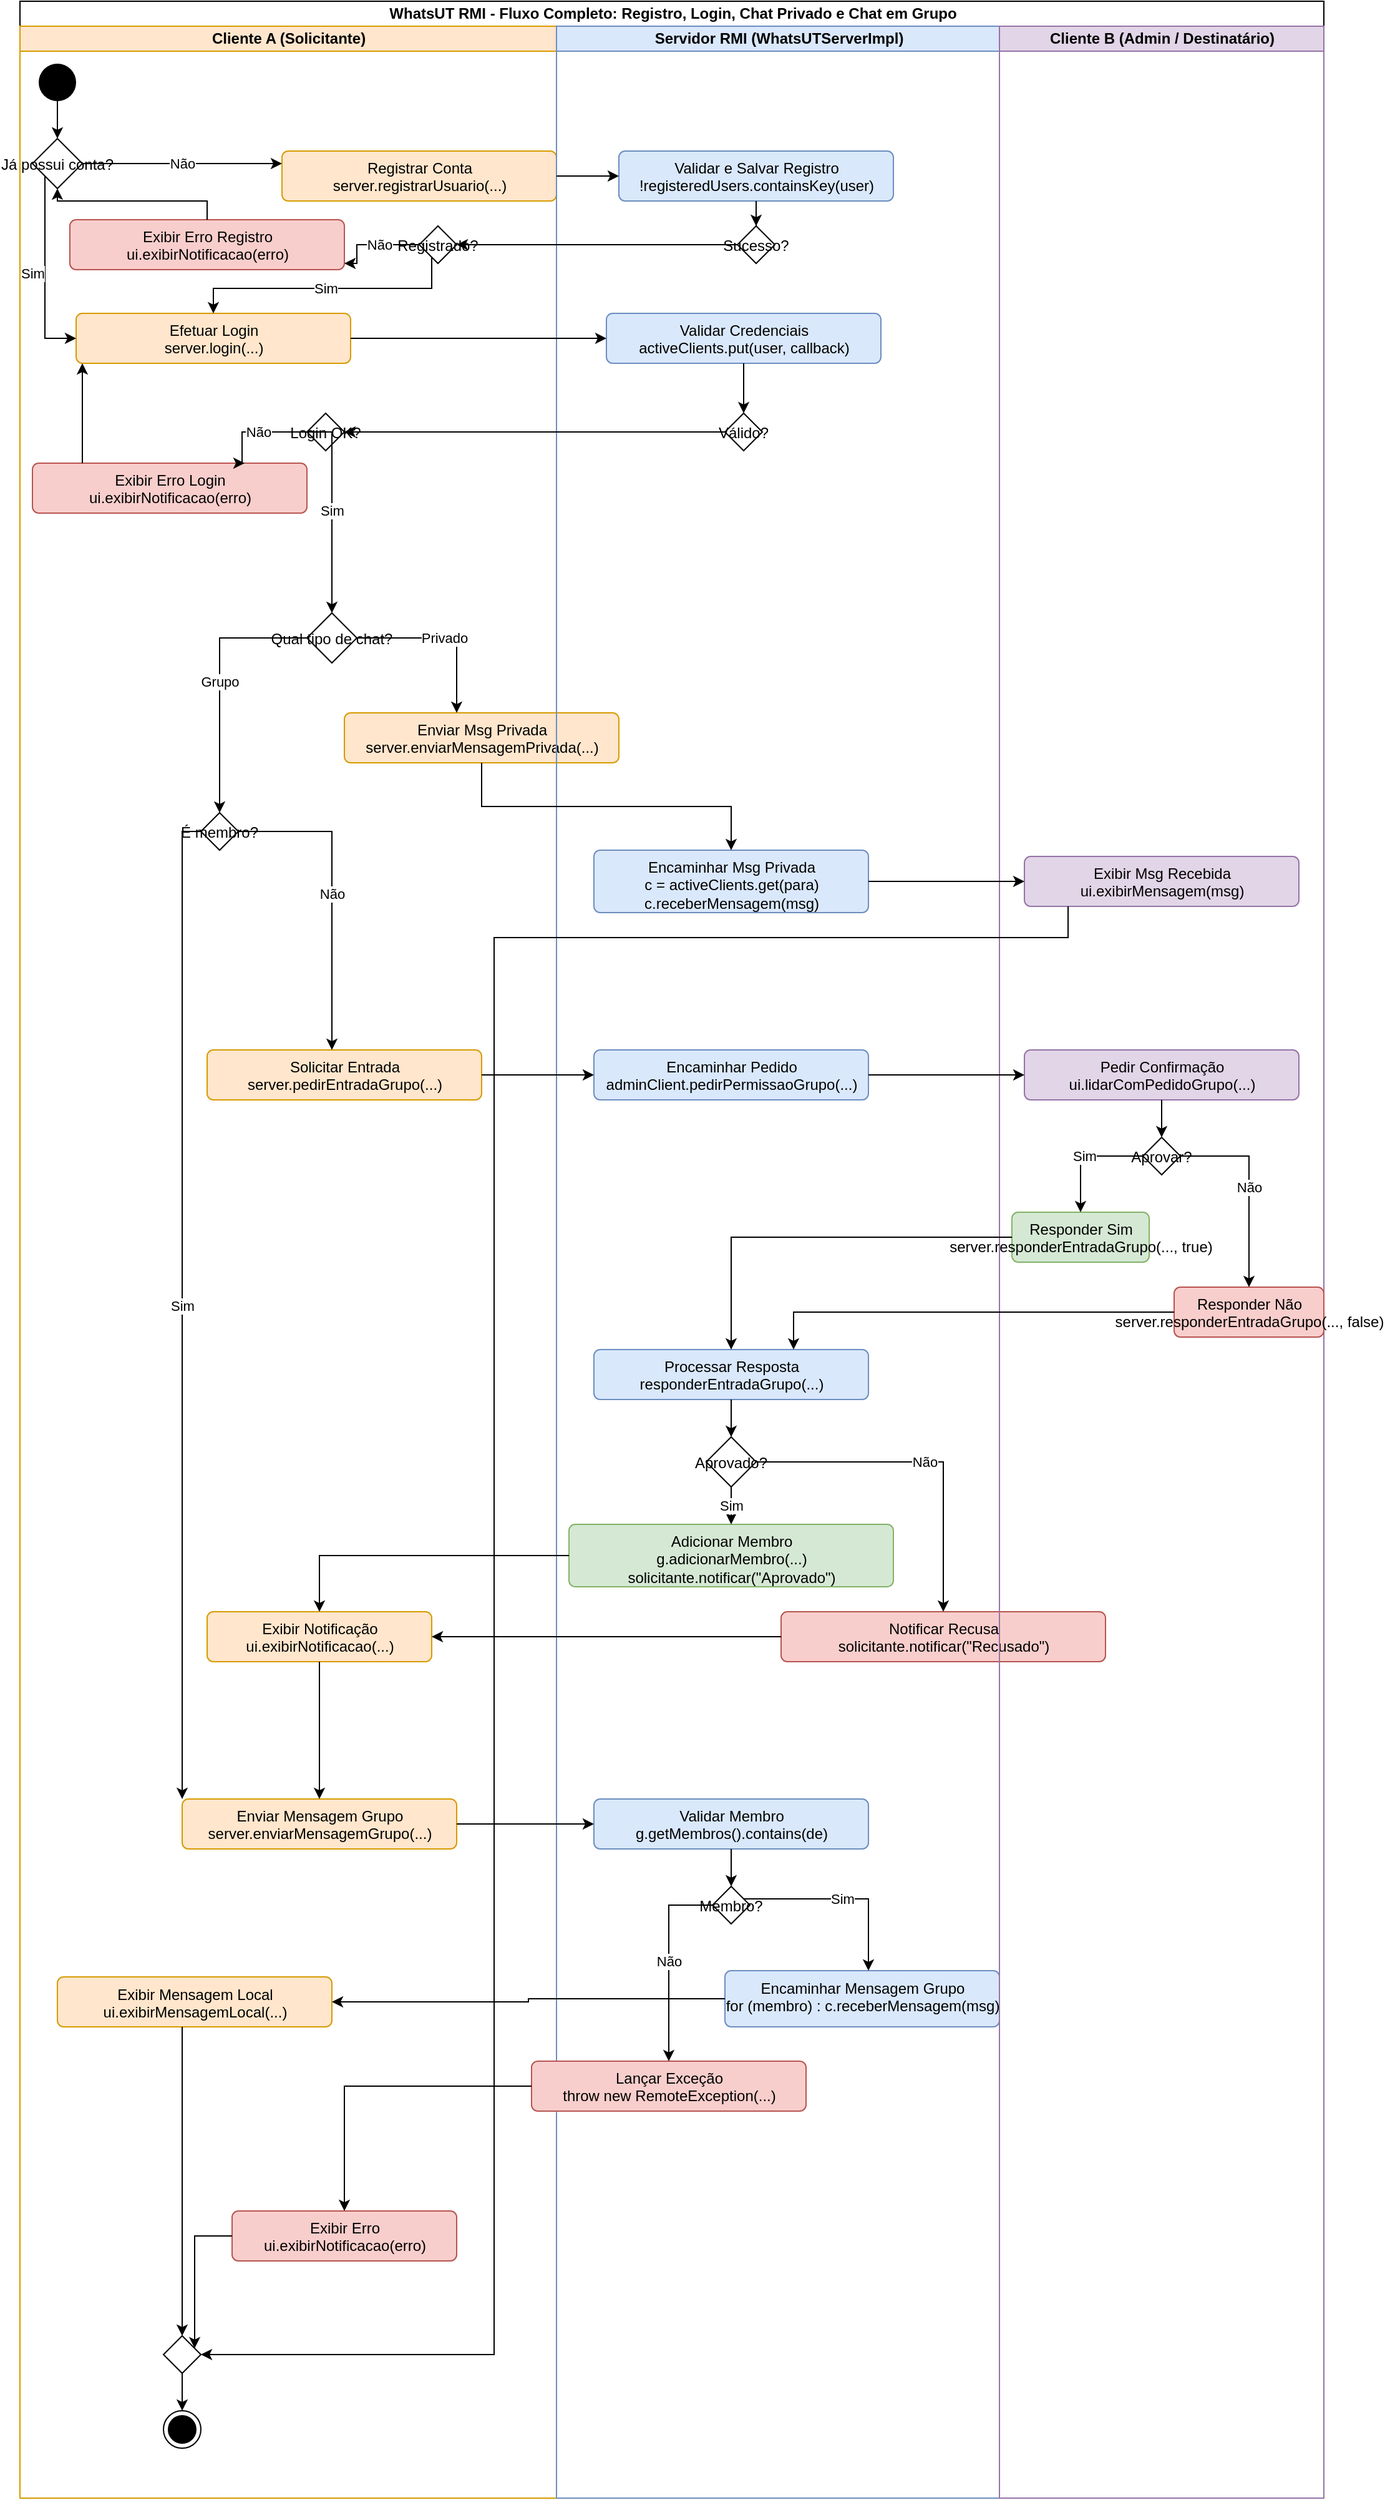
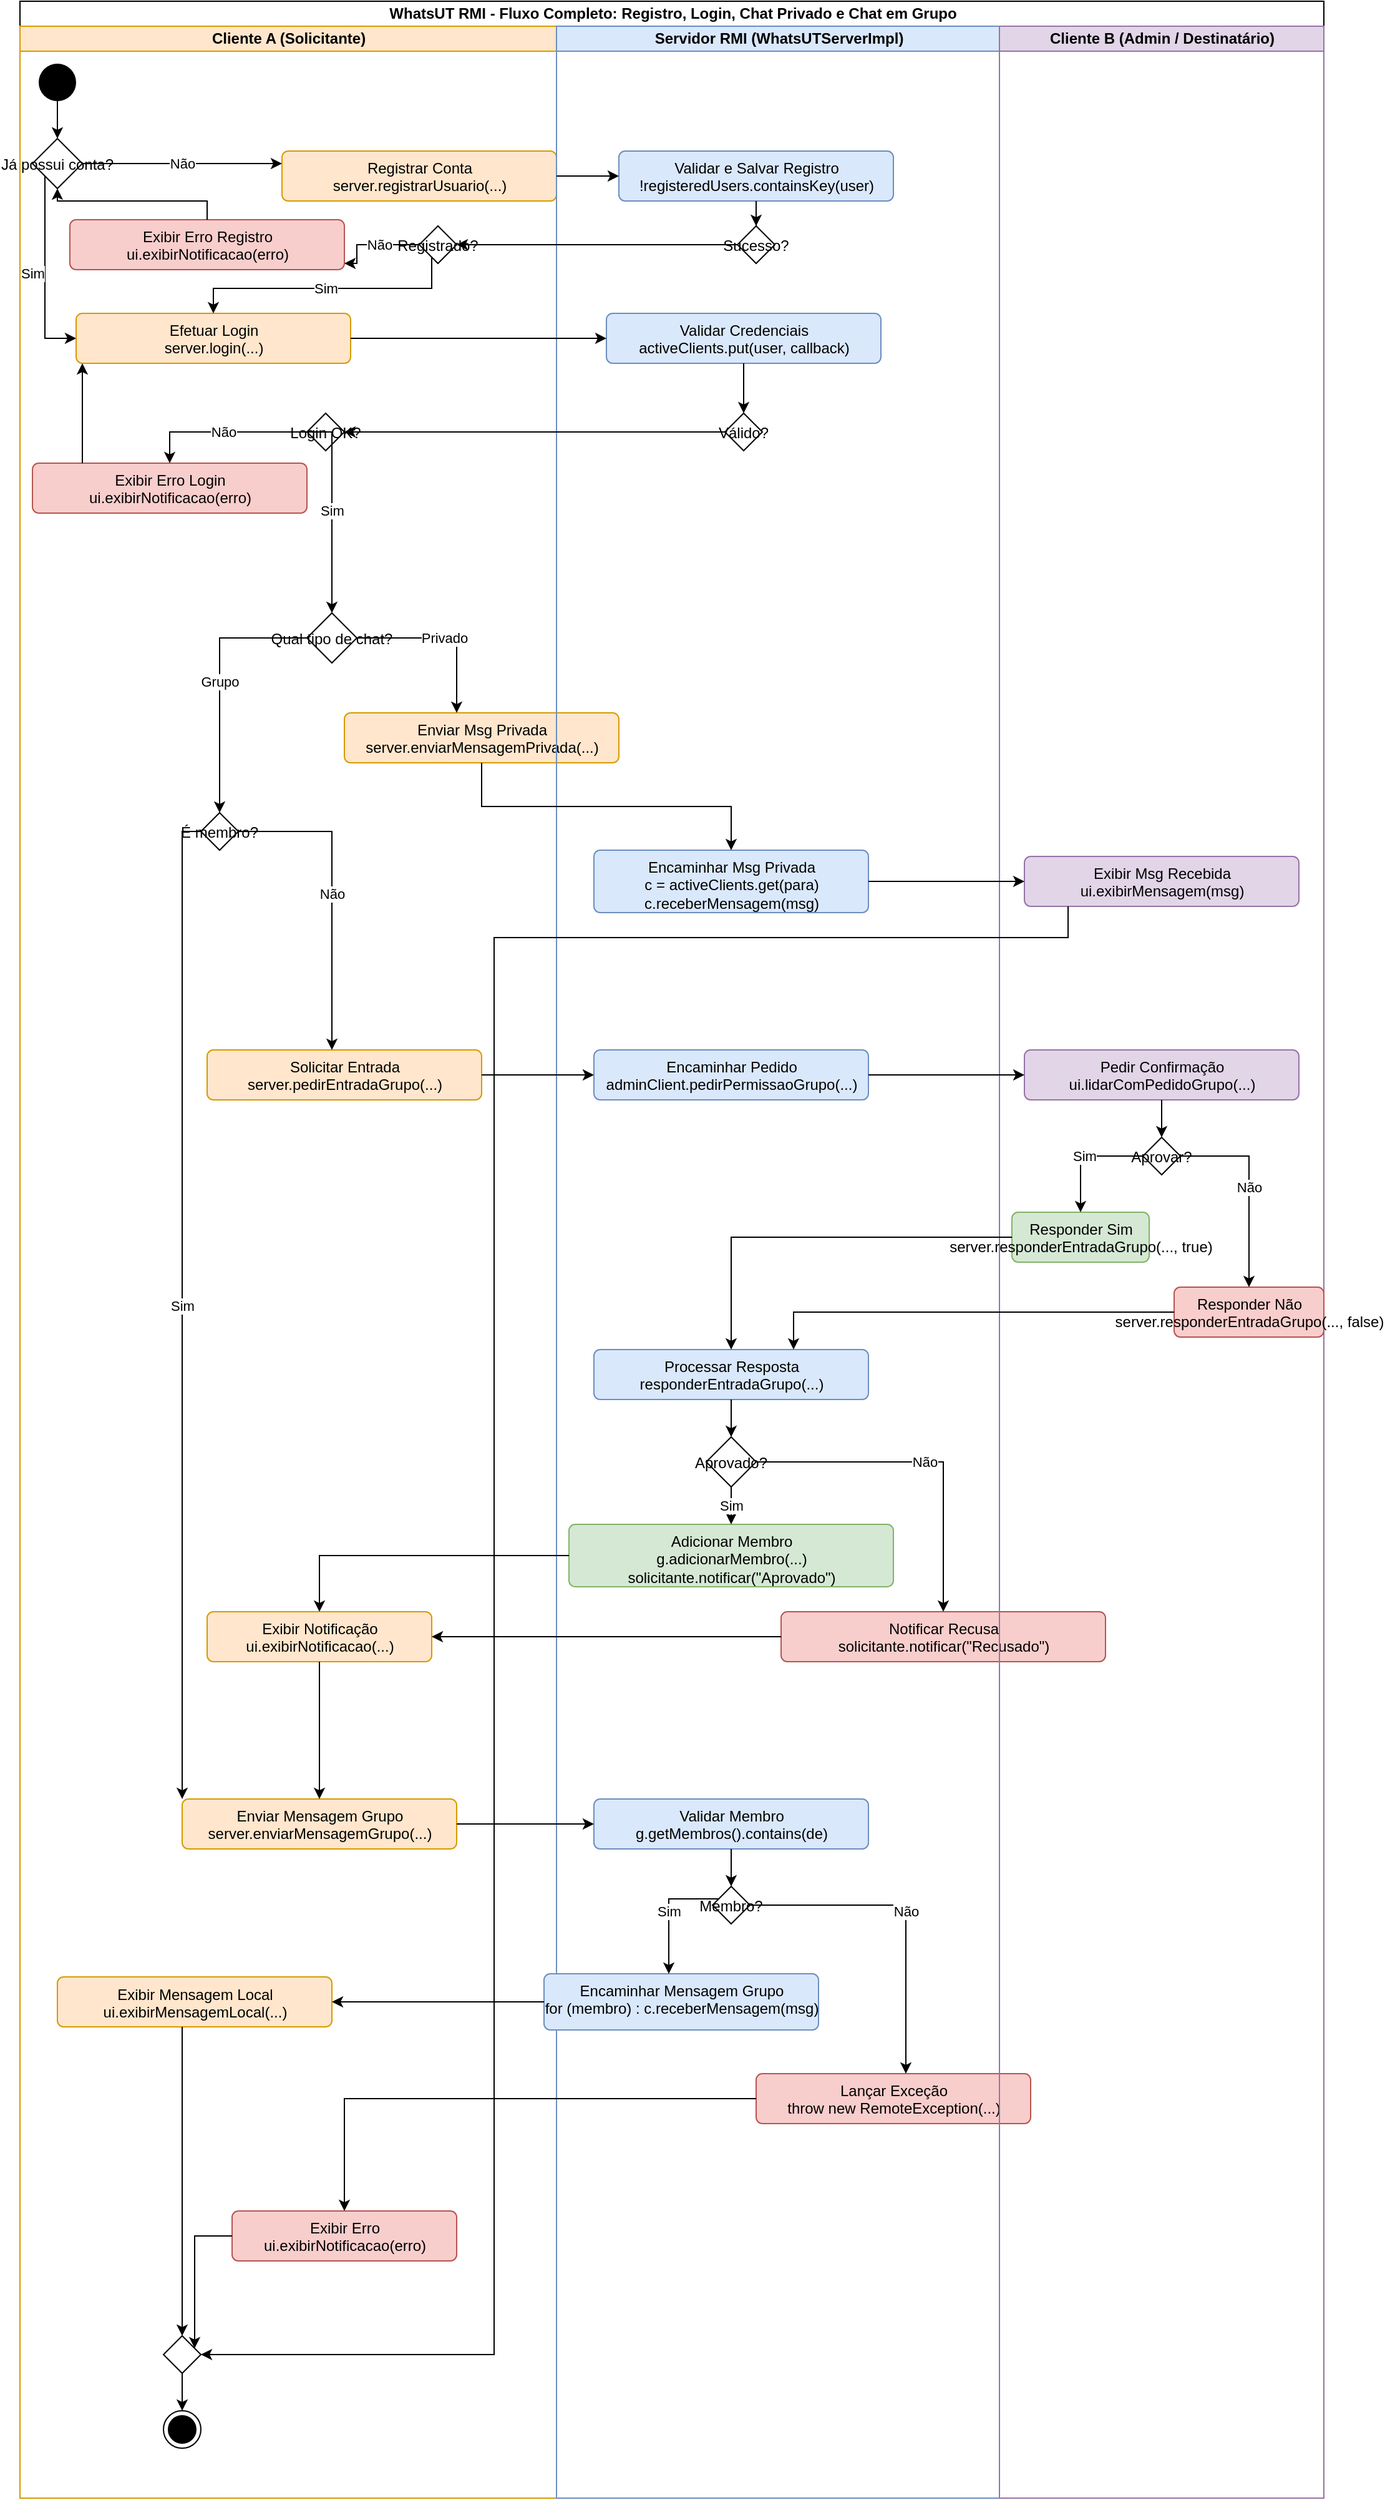
<mxfile host="65bd71144e" pages="1">
    <diagram id="whatsut_activity" name="Activity Diagram">
        <mxGraphModel dx="949" dy="611" grid="1" gridSize="10" guides="1" tooltips="1" connect="1" arrows="1" fold="1" page="1" pageScale="1" pageWidth="900" pageHeight="2050" math="0" shadow="0">
            <root>
                <mxCell id="0"/>
                <mxCell id="1" parent="0"/>
                <mxCell id="swimlanes" value="WhatsUT RMI - Fluxo Completo: Registro, Login, Chat Privado e Chat em Grupo" style="swimlane;childLayout=stackLayout;resizeParent=1;resizeParentMax=0;startSize=20;html=1;horizontalStack=1;" parent="1" vertex="1">
                    <mxGeometry x="30" y="40" width="1045" height="2000" as="geometry"/>
                </mxCell>
                <mxCell id="lane_clientA" value="Cliente A (Solicitante)" style="swimlane;startSize=20;html=1;fillColor=#ffe6cc;strokeColor=#d79b00;" parent="swimlanes" vertex="1">
                    <mxGeometry y="20" width="430" height="1980" as="geometry"/>
                </mxCell>
                <mxCell id="actA_start" value="Start" style="ellipse;fillColor=#000000;strokeColor=none;" parent="lane_clientA" vertex="1">
                    <mxGeometry x="15" y="30" width="30" height="30" as="geometry"/>
                </mxCell>
                <mxCell id="decA_hasAccount" value="Já possui conta?" style="rhombus;" parent="lane_clientA" vertex="1">
                    <mxGeometry x="10" y="90" width="40" height="40" as="geometry"/>
                </mxCell>
                <mxCell id="actA_register" value="Registrar Conta&#xa;server.registrarUsuario(...)" style="html=1;align=center;verticalAlign=top;rounded=1;absoluteArcSize=1;arcSize=10;fillColor=#ffe6cc;strokeColor=#d79b00;" parent="lane_clientA" vertex="1">
                    <mxGeometry x="210" y="100" width="220" height="40" as="geometry"/>
                </mxCell>
                <mxCell id="decA_regOk" value="Registrado?" style="rhombus;" parent="lane_clientA" vertex="1">
                    <mxGeometry x="320" y="160" width="30" height="30" as="geometry"/>
                </mxCell>
                <mxCell id="actA_login" value="Efetuar Login&#xa;server.login(...)" style="html=1;align=center;verticalAlign=top;rounded=1;absoluteArcSize=1;arcSize=10;fillColor=#ffe6cc;strokeColor=#d79b00;" parent="lane_clientA" vertex="1">
                    <mxGeometry x="45" y="230" width="220" height="40" as="geometry"/>
                </mxCell>
                <mxCell id="decA_loginOk" value="Login OK?" style="rhombus;" parent="lane_clientA" vertex="1">
                    <mxGeometry x="230" y="310" width="30" height="30" as="geometry"/>
                </mxCell>
                <mxCell id="decA_action" value="Qual tipo de chat?" style="rhombus;" parent="lane_clientA" vertex="1">
                    <mxGeometry x="230" y="470" width="40" height="40" as="geometry"/>
                </mxCell>
                <mxCell id="actA_privMsg" value="Enviar Msg Privada&#xa;server.enviarMensagemPrivada(...)" style="html=1;align=center;verticalAlign=top;rounded=1;absoluteArcSize=1;arcSize=10;fillColor=#ffe6cc;strokeColor=#d79b00;" parent="lane_clientA" vertex="1">
                    <mxGeometry x="260" y="550" width="220" height="40" as="geometry"/>
                </mxCell>
                <mxCell id="decA_isGrpMember" value="É membro?" style="rhombus;" parent="lane_clientA" vertex="1">
                    <mxGeometry x="145" y="630" width="30" height="30" as="geometry"/>
                </mxCell>
                <mxCell id="actA_req" value="Solicitar Entrada&#xa;server.pedirEntradaGrupo(...)" style="html=1;align=center;verticalAlign=top;rounded=1;absoluteArcSize=1;arcSize=10;fillColor=#ffe6cc;strokeColor=#d79b00;" parent="lane_clientA" vertex="1">
                    <mxGeometry x="150" y="820" width="220" height="40" as="geometry"/>
                </mxCell>
                <mxCell id="actA_notify" value="Exibir Notificação&#xa;ui.exibirNotificacao(...)" style="html=1;align=center;verticalAlign=top;rounded=1;absoluteArcSize=1;arcSize=10;fillColor=#ffe6cc;strokeColor=#d79b00;" parent="lane_clientA" vertex="1">
                    <mxGeometry x="150" y="1270" width="180" height="40" as="geometry"/>
                </mxCell>
                <mxCell id="actA_msg" value="Enviar Mensagem Grupo&#xa;server.enviarMensagemGrupo(...)" style="html=1;align=center;verticalAlign=top;rounded=1;absoluteArcSize=1;arcSize=10;fillColor=#ffe6cc;strokeColor=#d79b00;" parent="lane_clientA" vertex="1">
                    <mxGeometry x="130" y="1420" width="220" height="40" as="geometry"/>
                </mxCell>
                <mxCell id="actA_success" value="Exibir Mensagem Local&#xa;ui.exibirMensagemLocal(...)" style="html=1;align=center;verticalAlign=top;rounded=1;absoluteArcSize=1;arcSize=10;fillColor=#ffe6cc;strokeColor=#d79b00;" parent="lane_clientA" vertex="1">
                    <mxGeometry x="30" y="1562.5" width="220" height="40" as="geometry"/>
                </mxCell>
                <mxCell id="actA_error" value="Exibir Erro&#xa;ui.exibirNotificacao(erro)" style="html=1;align=center;verticalAlign=top;rounded=1;absoluteArcSize=1;arcSize=10;fillColor=#f8cecc;strokeColor=#b85450;" parent="lane_clientA" vertex="1">
                    <mxGeometry x="170" y="1750" width="180" height="40" as="geometry"/>
                </mxCell>
                <mxCell id="mergeA_end" value="" style="rhombus;" parent="lane_clientA" vertex="1">
                    <mxGeometry x="115" y="1850" width="30" height="30" as="geometry"/>
                </mxCell>
                <mxCell id="actA_end" value="End" style="ellipse;html=1;shape=endState;fillColor=#000000;strokeColor=#000000;" parent="lane_clientA" vertex="1">
                    <mxGeometry x="115" y="1910" width="30" height="30" as="geometry"/>
                </mxCell>
                <mxCell id="actA_regFail" value="Exibir Erro Registro&#xa;ui.exibirNotificacao(erro)" style="html=1;align=center;verticalAlign=top;rounded=1;absoluteArcSize=1;arcSize=10;fillColor=#f8cecc;strokeColor=#b85450;" parent="lane_clientA" vertex="1">
                    <mxGeometry x="40" y="155" width="220" height="40" as="geometry"/>
                </mxCell>
                <mxCell id="e_decRegOk_no" value="Não" style="edgeStyle=orthogonalEdgeStyle;rounded=0;orthogonalLoop=1;jettySize=auto;html=1;" parent="lane_clientA" source="decA_regOk" target="actA_regFail" edge="1">
                    <mxGeometry x="-0.1426" relative="1" as="geometry">
                        <Array as="points">
                            <mxPoint x="270" y="175"/>
                            <mxPoint x="270" y="190"/>
                        </Array>
                        <mxPoint as="offset"/>
                    </mxGeometry>
                </mxCell>
                <mxCell id="e_regFail_to_hasAccount" style="edgeStyle=orthogonalEdgeStyle;rounded=0;orthogonalLoop=1;jettySize=auto;html=1;" parent="lane_clientA" source="actA_regFail" target="decA_hasAccount" edge="1">
                    <mxGeometry relative="1" as="geometry">
                        <Array as="points">
                            <mxPoint x="150" y="140"/>
                        </Array>
                    </mxGeometry>
                </mxCell>
                <mxCell id="actA_loginFail" value="Exibir Erro Login&#xa;ui.exibirNotificacao(erro)" style="html=1;align=center;verticalAlign=top;rounded=1;absoluteArcSize=1;arcSize=10;fillColor=#f8cecc;strokeColor=#b85450;" parent="lane_clientA" vertex="1">
                    <mxGeometry x="10" y="350" width="220" height="40" as="geometry"/>
                </mxCell>
                <mxCell id="e_decLoginOk_no" value="Não" style="edgeStyle=orthogonalEdgeStyle;rounded=0;orthogonalLoop=1;jettySize=auto;html=1;" parent="lane_clientA" source="decA_loginOk" edge="1">
                    <mxGeometry relative="1" as="geometry">
-                         <mxPoint x="180" y="350" as="targetPoint"/>
-                         <Array as="points">
-                             <mxPoint x="178" y="325"/>
+                         <mxPoint x="120" y="350" as="targetPoint"/>
+                         <Array as="points">
+                             <mxPoint x="120" y="325"/>
+                             <mxPoint x="120" y="350"/>
                        </Array>
                    </mxGeometry>
                </mxCell>
                <mxCell id="e_loginFail_to_login" style="edgeStyle=orthogonalEdgeStyle;rounded=0;orthogonalLoop=1;jettySize=auto;html=1;" parent="lane_clientA" source="actA_loginFail" target="actA_login" edge="1">
                    <mxGeometry relative="1" as="geometry">
                        <Array as="points">
                            <mxPoint x="50" y="330"/>
                            <mxPoint x="50" y="330"/>
                        </Array>
                    </mxGeometry>
                </mxCell>
                <mxCell id="e_decLoginOk_yes" value="Sim" style="edgeStyle=orthogonalEdgeStyle;rounded=0;orthogonalLoop=1;jettySize=auto;html=1;exitX=0;exitY=0.5;exitDx=0;exitDy=0;entryX=0.5;entryY=0;entryDx=0;entryDy=0;" parent="lane_clientA" source="decA_loginOk" target="decA_action" edge="1">
                    <mxGeometry relative="1" as="geometry">
                        <mxPoint x="240" y="364.97" as="sourcePoint"/>
                        <mxPoint x="140.030303030303" y="620.000303030303" as="targetPoint"/>
                        <Array as="points">
                            <mxPoint x="250" y="325"/>
                        </Array>
                    </mxGeometry>
                </mxCell>
                <mxCell id="lane_server" value="Servidor RMI (WhatsUTServerImpl)" style="swimlane;startSize=20;html=1;fillColor=#dae8fc;strokeColor=#6c8ebf;" parent="swimlanes" vertex="1">
                    <mxGeometry x="430" y="20" width="355" height="1980" as="geometry"/>
                </mxCell>
                <mxCell id="actS_register" value="Validar e Salvar Registro&#xa;!registeredUsers.containsKey(user)" style="html=1;align=center;verticalAlign=top;rounded=1;absoluteArcSize=1;arcSize=10;fillColor=#dae8fc;strokeColor=#6c8ebf;" parent="lane_server" vertex="1">
                    <mxGeometry x="50" y="100" width="220" height="40" as="geometry"/>
                </mxCell>
                <mxCell id="decS_regOk" value="Sucesso?" style="rhombus;" parent="lane_server" vertex="1">
                    <mxGeometry x="145" y="160" width="30" height="30" as="geometry"/>
                </mxCell>
                <mxCell id="actS_login" value="Validar Credenciais&#xa;activeClients.put(user, callback)" style="html=1;align=center;verticalAlign=top;rounded=1;absoluteArcSize=1;arcSize=10;fillColor=#dae8fc;strokeColor=#6c8ebf;" parent="lane_server" vertex="1">
                    <mxGeometry x="40" y="230" width="220" height="40" as="geometry"/>
                </mxCell>
                <mxCell id="decS_loginOk" value="Válido?" style="rhombus;" parent="lane_server" vertex="1">
                    <mxGeometry x="135" y="310" width="30" height="30" as="geometry"/>
                </mxCell>
                <mxCell id="actS_forwardPriv" value="Encaminhar Msg Privada&#xa;c = activeClients.get(para)&#xa;c.receberMensagem(msg)" style="html=1;align=center;verticalAlign=top;rounded=1;absoluteArcSize=1;arcSize=10;fillColor=#dae8fc;strokeColor=#6c8ebf;" parent="lane_server" vertex="1">
                    <mxGeometry x="30" y="660" width="220" height="50" as="geometry"/>
                </mxCell>
                <mxCell id="actS_req" value="Encaminhar Pedido&#xa;adminClient.pedirPermissaoGrupo(...)" style="html=1;align=center;verticalAlign=top;rounded=1;absoluteArcSize=1;arcSize=10;fillColor=#dae8fc;strokeColor=#6c8ebf;" parent="lane_server" vertex="1">
                    <mxGeometry x="30" y="820" width="220" height="40" as="geometry"/>
                </mxCell>
                <mxCell id="actS_resp" value="Processar Resposta&#xa;responderEntradaGrupo(...)" style="html=1;align=center;verticalAlign=top;rounded=1;absoluteArcSize=1;arcSize=10;fillColor=#dae8fc;strokeColor=#6c8ebf;" parent="lane_server" vertex="1">
                    <mxGeometry x="30" y="1060" width="220" height="40" as="geometry"/>
                </mxCell>
                <mxCell id="decS_approved" value="Aprovado?" style="rhombus;" parent="lane_server" vertex="1">
                    <mxGeometry x="120" y="1130" width="40" height="40" as="geometry"/>
                </mxCell>
                <mxCell id="actS_add" value="Adicionar Membro&#xa;g.adicionarMembro(...)&#xa;solicitante.notificar(&quot;Aprovado&quot;)" style="html=1;align=center;verticalAlign=top;rounded=1;absoluteArcSize=1;arcSize=10;fillColor=#d5e8d4;strokeColor=#82b366;" parent="lane_server" vertex="1">
                    <mxGeometry x="10" y="1200" width="260" height="50" as="geometry"/>
                </mxCell>
                <mxCell id="actS_reject" value="Notificar Recusa&#xa;solicitante.notificar(&quot;Recusado&quot;)" style="html=1;align=center;verticalAlign=top;rounded=1;absoluteArcSize=1;arcSize=10;fillColor=#f8cecc;strokeColor=#b85450;" parent="lane_server" vertex="1">
                    <mxGeometry x="180" y="1270" width="260" height="40" as="geometry"/>
                </mxCell>
                <mxCell id="actS_validate" value="Validar Membro&#xa;g.getMembros().contains(de)" style="html=1;align=center;verticalAlign=top;rounded=1;absoluteArcSize=1;arcSize=10;fillColor=#dae8fc;strokeColor=#6c8ebf;" parent="lane_server" vertex="1">
                    <mxGeometry x="30" y="1420" width="220" height="40" as="geometry"/>
                </mxCell>
                <mxCell id="decS_isMember" value="Membro?" style="rhombus;" parent="lane_server" vertex="1">
                    <mxGeometry x="125" y="1490" width="30" height="30" as="geometry"/>
                </mxCell>
                <mxCell id="actS_exception" value="Lançar Exceção&#xa;throw new RemoteException(...)" style="html=1;align=center;verticalAlign=top;rounded=1;absoluteArcSize=1;arcSize=10;fillColor=#f8cecc;strokeColor=#b85450;" parent="lane_server" vertex="1">
-                     <mxGeometry x="-20" y="1630" width="220" height="40" as="geometry"/>
+                     <mxGeometry x="160" y="1640" width="220" height="40" as="geometry"/>
                </mxCell>
                <mxCell id="actS_forward" value="Encaminhar Mensagem Grupo&#xa;for (membro) : c.receberMensagem(msg)" style="html=1;align=center;verticalAlign=top;rounded=1;absoluteArcSize=1;arcSize=10;fillColor=#dae8fc;strokeColor=#6c8ebf;" parent="lane_server" vertex="1">
-                     <mxGeometry x="135" y="1557.5" width="220" height="45" as="geometry"/>
+                     <mxGeometry x="-10" y="1560" width="220" height="45" as="geometry"/>
                </mxCell>
                <mxCell id="e_isMember_yes_fwd" value="Sim" style="edgeStyle=orthogonalEdgeStyle;rounded=0;orthogonalLoop=1;jettySize=auto;html=1;" parent="lane_server" source="decS_isMember" target="actS_forward" edge="1">
                    <mxGeometry relative="1" as="geometry">
                        <Array as="points">
-                             <mxPoint x="250" y="1500"/>
+                             <mxPoint x="90" y="1500"/>
                        </Array>
                    </mxGeometry>
                </mxCell>
                <mxCell id="lane_clientB" value="Cliente B (Admin / Destinatário)" style="swimlane;startSize=20;html=1;fillColor=#e1d5e7;strokeColor=#9673a6;" parent="swimlanes" vertex="1">
                    <mxGeometry x="785" y="20" width="260" height="1980" as="geometry"/>
                </mxCell>
                <mxCell id="actB_recvPriv" value="Exibir Msg Recebida&#xa;ui.exibirMensagem(msg)" style="html=1;align=center;verticalAlign=top;rounded=1;absoluteArcSize=1;arcSize=10;fillColor=#e1d5e7;strokeColor=#9673a6;" parent="lane_clientB" vertex="1">
                    <mxGeometry x="20" y="665" width="220" height="40" as="geometry"/>
                </mxCell>
                <mxCell id="actB_popup" value="Pedir Confirmação&#xa;ui.lidarComPedidoGrupo(...)" style="html=1;align=center;verticalAlign=top;rounded=1;absoluteArcSize=1;arcSize=10;fillColor=#e1d5e7;strokeColor=#9673a6;" parent="lane_clientB" vertex="1">
                    <mxGeometry x="20" y="820" width="220" height="40" as="geometry"/>
                </mxCell>
                <mxCell id="decB_approve" value="Aprovar?" style="rhombus;" parent="lane_clientB" vertex="1">
                    <mxGeometry x="115" y="890" width="30" height="30" as="geometry"/>
                </mxCell>
                <mxCell id="actB_yes" value="Responder Sim&#xa;server.responderEntradaGrupo(..., true)" style="html=1;align=center;verticalAlign=top;rounded=1;absoluteArcSize=1;arcSize=10;fillColor=#d5e8d4;strokeColor=#82b366;" parent="lane_clientB" vertex="1">
                    <mxGeometry x="10" y="950" width="110" height="40" as="geometry"/>
                </mxCell>
                <mxCell id="actB_no" value="Responder Não&#xa;server.responderEntradaGrupo(..., false)" style="html=1;align=center;verticalAlign=top;rounded=1;absoluteArcSize=1;arcSize=10;fillColor=#f8cecc;strokeColor=#b85450;" parent="lane_clientB" vertex="1">
                    <mxGeometry x="140" y="1010" width="120" height="40" as="geometry"/>
                </mxCell>
                <mxCell id="e_forward_to_success" style="edgeStyle=orthogonalEdgeStyle;rounded=0;orthogonalLoop=1;jettySize=auto;html=1;" parent="swimlanes" source="actS_forward" target="actA_success" edge="1">
                    <mxGeometry relative="1" as="geometry"/>
                </mxCell>
                <mxCell id="e_start_to_hasAccount" style="edgeStyle=orthogonalEdgeStyle;rounded=0;orthogonalLoop=1;jettySize=auto;html=1;" parent="1" source="actA_start" target="decA_hasAccount" edge="1">
                    <mxGeometry relative="1" as="geometry"/>
                </mxCell>
                <mxCell id="e_hasAccount_no" value="Não" style="edgeStyle=orthogonalEdgeStyle;rounded=0;orthogonalLoop=1;jettySize=auto;html=1;" parent="1" source="decA_hasAccount" target="actA_register" edge="1">
                    <mxGeometry relative="1" as="geometry">
                        <Array as="points">
                            <mxPoint x="260" y="160"/>
                            <mxPoint x="260" y="160"/>
                        </Array>
                    </mxGeometry>
                </mxCell>
                <mxCell id="e_register_to_server" style="edgeStyle=orthogonalEdgeStyle;rounded=0;orthogonalLoop=1;jettySize=auto;html=1;" parent="1" source="actA_register" target="actS_register" edge="1">
                    <mxGeometry relative="1" as="geometry"/>
                </mxCell>
                <mxCell id="e_server_to_decReg" style="edgeStyle=orthogonalEdgeStyle;rounded=0;orthogonalLoop=1;jettySize=auto;html=1;" parent="1" source="actS_register" target="decS_regOk" edge="1">
                    <mxGeometry relative="1" as="geometry"/>
                </mxCell>
                <mxCell id="e_decReg_to_clientDec" style="edgeStyle=orthogonalEdgeStyle;rounded=0;orthogonalLoop=1;jettySize=auto;html=1;" parent="1" source="decS_regOk" target="decA_regOk" edge="1">
                    <mxGeometry relative="1" as="geometry"/>
                </mxCell>
                <mxCell id="e_decRegOk_yes" value="Sim" style="edgeStyle=orthogonalEdgeStyle;rounded=0;orthogonalLoop=1;jettySize=auto;html=1;" parent="1" source="decA_regOk" target="actA_login" edge="1">
                    <mxGeometry relative="1" as="geometry">
                        <Array as="points">
                            <mxPoint x="360" y="270"/>
                            <mxPoint x="185" y="270"/>
                        </Array>
                    </mxGeometry>
                </mxCell>
                <mxCell id="e_hasAccount_yes" value="Sim" style="edgeStyle=orthogonalEdgeStyle;rounded=0;orthogonalLoop=1;jettySize=auto;html=1;" parent="1" source="decA_hasAccount" target="actA_login" edge="1">
                    <mxGeometry x="0.0003" y="-10" relative="1" as="geometry">
                        <Array as="points">
                            <mxPoint x="50" y="310"/>
                        </Array>
                        <mxPoint as="offset"/>
                    </mxGeometry>
                </mxCell>
                <mxCell id="e_login_to_server" style="edgeStyle=orthogonalEdgeStyle;rounded=0;orthogonalLoop=1;jettySize=auto;html=1;" parent="1" source="actA_login" target="actS_login" edge="1">
                    <mxGeometry relative="1" as="geometry"/>
                </mxCell>
                <mxCell id="e_server_to_decLogin" style="edgeStyle=orthogonalEdgeStyle;rounded=0;orthogonalLoop=1;jettySize=auto;html=1;" parent="1" source="actS_login" target="decS_loginOk" edge="1">
                    <mxGeometry relative="1" as="geometry"/>
                </mxCell>
                <mxCell id="e_decLogin_to_clientDec" style="edgeStyle=orthogonalEdgeStyle;rounded=0;orthogonalLoop=1;jettySize=auto;html=1;" parent="1" source="decS_loginOk" target="decA_loginOk" edge="1">
                    <mxGeometry relative="1" as="geometry">
                        <Array as="points">
                            <mxPoint x="320" y="385"/>
                            <mxPoint x="320" y="385"/>
                        </Array>
                    </mxGeometry>
                </mxCell>
                <mxCell id="e_action_priv" value="Privado" style="edgeStyle=orthogonalEdgeStyle;rounded=0;orthogonalLoop=1;jettySize=auto;html=1;" parent="1" source="decA_action" target="actA_privMsg" edge="1">
                    <mxGeometry relative="1" as="geometry">
                        <Array as="points">
                            <mxPoint x="380" y="550"/>
                        </Array>
                    </mxGeometry>
                </mxCell>
                <mxCell id="e_action_group" value="Grupo" style="edgeStyle=orthogonalEdgeStyle;rounded=0;orthogonalLoop=1;jettySize=auto;html=1;" parent="1" source="decA_action" target="decA_isGrpMember" edge="1">
                    <mxGeometry relative="1" as="geometry">
                        <Array as="points">
                            <mxPoint x="190" y="550"/>
                        </Array>
                    </mxGeometry>
                </mxCell>
                <mxCell id="e_privMsg_to_server" style="edgeStyle=orthogonalEdgeStyle;rounded=0;orthogonalLoop=1;jettySize=auto;html=1;" parent="1" source="actA_privMsg" target="actS_forwardPriv" edge="1">
                    <mxGeometry relative="1" as="geometry"/>
                </mxCell>
                <mxCell id="e_server_to_recvPriv" style="edgeStyle=orthogonalEdgeStyle;rounded=0;orthogonalLoop=1;jettySize=auto;html=1;" parent="1" source="actS_forwardPriv" target="actB_recvPriv" edge="1">
                    <mxGeometry relative="1" as="geometry"/>
                </mxCell>
                <mxCell id="e_recvPriv_to_merge" style="edgeStyle=orthogonalEdgeStyle;rounded=0;orthogonalLoop=1;jettySize=auto;html=1;" parent="1" source="actB_recvPriv" target="mergeA_end" edge="1">
                    <mxGeometry relative="1" as="geometry">
                        <Array as="points">
                            <mxPoint x="870" y="790"/>
                            <mxPoint x="410" y="790"/>
                            <mxPoint x="410" y="1925"/>
                        </Array>
                    </mxGeometry>
                </mxCell>
                <mxCell id="e_isMember_no" value="Não" style="edgeStyle=orthogonalEdgeStyle;rounded=0;orthogonalLoop=1;jettySize=auto;html=1;" parent="1" source="decA_isGrpMember" target="actA_req" edge="1">
                    <mxGeometry relative="1" as="geometry">
                        <Array as="points">
                            <mxPoint x="280" y="705"/>
                        </Array>
                    </mxGeometry>
                </mxCell>
                <mxCell id="e_isMember_yes" value="Sim" style="edgeStyle=orthogonalEdgeStyle;rounded=0;orthogonalLoop=1;jettySize=auto;html=1;" parent="1" source="decA_isGrpMember" target="actA_msg" edge="1">
                    <mxGeometry relative="1" as="geometry">
                        <Array as="points">
                            <mxPoint x="160" y="705"/>
                        </Array>
                    </mxGeometry>
                </mxCell>
                <mxCell id="e_req_to_server" style="edgeStyle=orthogonalEdgeStyle;rounded=0;orthogonalLoop=1;jettySize=auto;html=1;" parent="1" source="actA_req" target="actS_req" edge="1">
                    <mxGeometry relative="1" as="geometry"/>
                </mxCell>
                <mxCell id="e_server_to_popup" style="edgeStyle=orthogonalEdgeStyle;rounded=0;orthogonalLoop=1;jettySize=auto;html=1;" parent="1" source="actS_req" target="actB_popup" edge="1">
                    <mxGeometry relative="1" as="geometry"/>
                </mxCell>
                <mxCell id="e_popup_to_decApprove" style="edgeStyle=orthogonalEdgeStyle;rounded=0;orthogonalLoop=1;jettySize=auto;html=1;" parent="1" source="actB_popup" target="decB_approve" edge="1">
                    <mxGeometry relative="1" as="geometry"/>
                </mxCell>
                <mxCell id="e_approve_yes" value="Sim" style="edgeStyle=orthogonalEdgeStyle;rounded=0;orthogonalLoop=1;jettySize=auto;html=1;" parent="1" source="decB_approve" target="actB_yes" edge="1">
                    <mxGeometry relative="1" as="geometry">
                        <Array as="points">
                            <mxPoint x="880" y="965"/>
                        </Array>
                    </mxGeometry>
                </mxCell>
                <mxCell id="e_approve_no" value="Não" style="edgeStyle=orthogonalEdgeStyle;rounded=0;orthogonalLoop=1;jettySize=auto;html=1;" parent="1" source="decB_approve" target="actB_no" edge="1">
                    <mxGeometry relative="1" as="geometry">
                        <Array as="points">
                            <mxPoint x="1015" y="965"/>
                        </Array>
                    </mxGeometry>
                </mxCell>
                <mxCell id="e_yes_to_server" style="edgeStyle=orthogonalEdgeStyle;rounded=0;orthogonalLoop=1;jettySize=auto;html=1;" parent="1" source="actB_yes" target="actS_resp" edge="1">
                    <mxGeometry relative="1" as="geometry"/>
                </mxCell>
                <mxCell id="e_no_to_server" style="edgeStyle=orthogonalEdgeStyle;rounded=0;orthogonalLoop=1;jettySize=auto;html=1;" parent="1" source="actB_no" target="actS_resp" edge="1">
                    <mxGeometry relative="1" as="geometry">
                        <Array as="points">
                            <mxPoint x="650" y="1090"/>
                        </Array>
                    </mxGeometry>
                </mxCell>
                <mxCell id="e_server_to_decApproved" style="edgeStyle=orthogonalEdgeStyle;rounded=0;orthogonalLoop=1;jettySize=auto;html=1;" parent="1" source="actS_resp" target="decS_approved" edge="1">
                    <mxGeometry relative="1" as="geometry"/>
                </mxCell>
                <mxCell id="e_approved_yes" value="Sim" style="edgeStyle=orthogonalEdgeStyle;rounded=0;orthogonalLoop=1;jettySize=auto;html=1;" parent="1" source="decS_approved" target="actS_add" edge="1">
                    <mxGeometry relative="1" as="geometry"/>
                </mxCell>
                <mxCell id="e_approved_no" value="Não" style="edgeStyle=orthogonalEdgeStyle;rounded=0;orthogonalLoop=1;jettySize=auto;html=1;" parent="1" source="decS_approved" target="actS_reject" edge="1">
                    <mxGeometry relative="1" as="geometry"/>
                </mxCell>
                <mxCell id="e_add_to_notify" style="edgeStyle=orthogonalEdgeStyle;rounded=0;orthogonalLoop=1;jettySize=auto;html=1;" parent="1" source="actS_add" target="actA_notify" edge="1">
                    <mxGeometry relative="1" as="geometry"/>
                </mxCell>
                <mxCell id="e_reject_to_notify" style="edgeStyle=orthogonalEdgeStyle;rounded=0;orthogonalLoop=1;jettySize=auto;html=1;" parent="1" source="actS_reject" target="actA_notify" edge="1">
                    <mxGeometry relative="1" as="geometry"/>
                </mxCell>
                <mxCell id="e_notify_to_msg" style="edgeStyle=orthogonalEdgeStyle;rounded=0;orthogonalLoop=1;jettySize=auto;html=1;" parent="1" source="actA_notify" target="actA_msg" edge="1">
                    <mxGeometry relative="1" as="geometry"/>
                </mxCell>
                <mxCell id="e_msg_to_validate" style="edgeStyle=orthogonalEdgeStyle;rounded=0;orthogonalLoop=1;jettySize=auto;html=1;" parent="1" source="actA_msg" target="actS_validate" edge="1">
                    <mxGeometry relative="1" as="geometry"/>
                </mxCell>
                <mxCell id="e_validate_to_decMember" style="edgeStyle=orthogonalEdgeStyle;rounded=0;orthogonalLoop=1;jettySize=auto;html=1;" parent="1" source="actS_validate" target="decS_isMember" edge="1">
                    <mxGeometry relative="1" as="geometry"/>
                </mxCell>
                <mxCell id="e_isMember_no_exc" value="Não" style="edgeStyle=orthogonalEdgeStyle;rounded=0;orthogonalLoop=1;jettySize=auto;html=1;" parent="1" source="decS_isMember" target="actS_exception" edge="1">
                    <mxGeometry relative="1" as="geometry">
                        <Array as="points">
-                             <mxPoint x="550" y="1565"/>
+                             <mxPoint x="740" y="1565"/>
                        </Array>
                    </mxGeometry>
                </mxCell>
                <mxCell id="e_exception_to_error" style="edgeStyle=orthogonalEdgeStyle;rounded=0;orthogonalLoop=1;jettySize=auto;html=1;" parent="1" source="actS_exception" target="actA_error" edge="1">
                    <mxGeometry relative="1" as="geometry"/>
                </mxCell>
                <mxCell id="e_success_to_merge" style="edgeStyle=orthogonalEdgeStyle;rounded=0;orthogonalLoop=1;jettySize=auto;html=1;" parent="1" source="actA_success" target="mergeA_end" edge="1">
                    <mxGeometry relative="1" as="geometry">
                        <Array as="points">
                            <mxPoint x="160" y="1700"/>
                            <mxPoint x="160" y="1700"/>
                        </Array>
                    </mxGeometry>
                </mxCell>
                <mxCell id="e_error_to_merge" style="edgeStyle=orthogonalEdgeStyle;rounded=0;orthogonalLoop=1;jettySize=auto;html=1;" parent="1" source="actA_error" target="mergeA_end" edge="1">
                    <mxGeometry relative="1" as="geometry">
                        <Array as="points">
                            <mxPoint x="170" y="1830"/>
                        </Array>
                    </mxGeometry>
                </mxCell>
                <mxCell id="e_merge_to_end" style="edgeStyle=orthogonalEdgeStyle;rounded=0;orthogonalLoop=1;jettySize=auto;html=1;" parent="1" source="mergeA_end" target="actA_end" edge="1">
                    <mxGeometry relative="1" as="geometry"/>
                </mxCell>
            </root>
        </mxGraphModel>
    </diagram>
</mxfile>